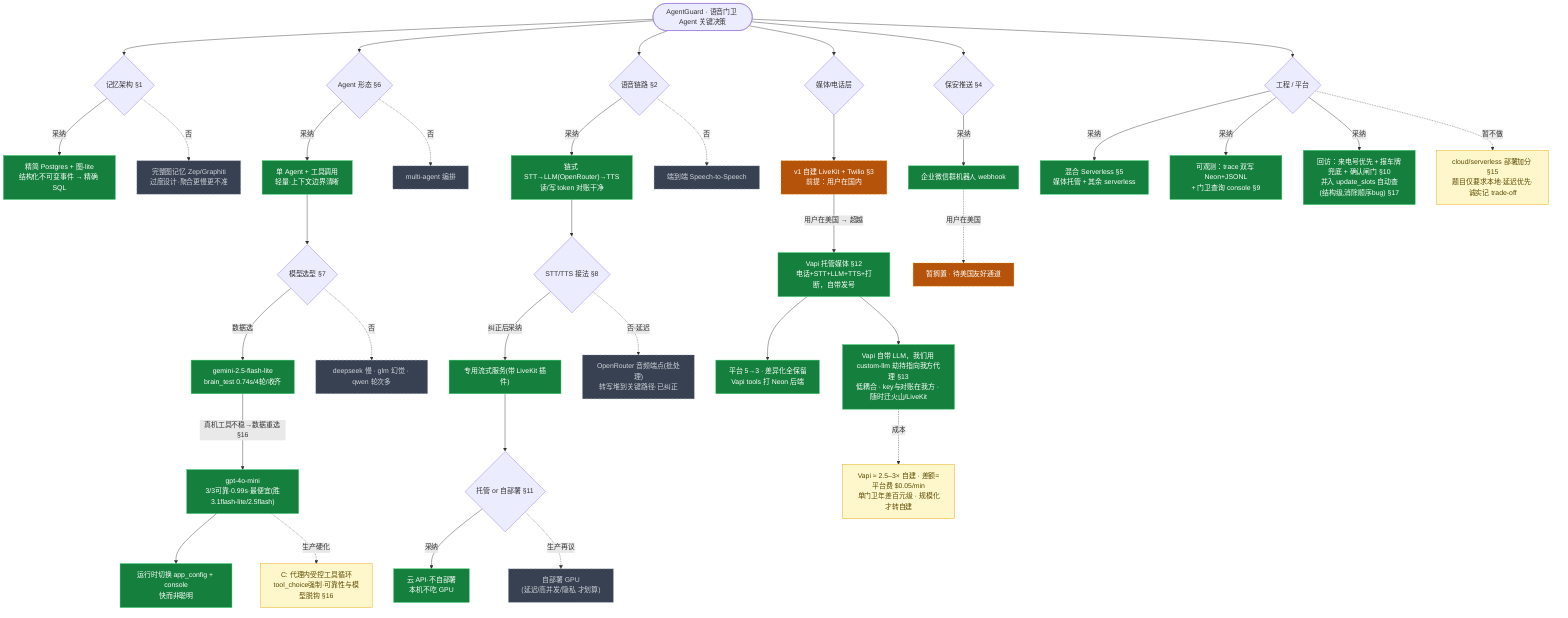
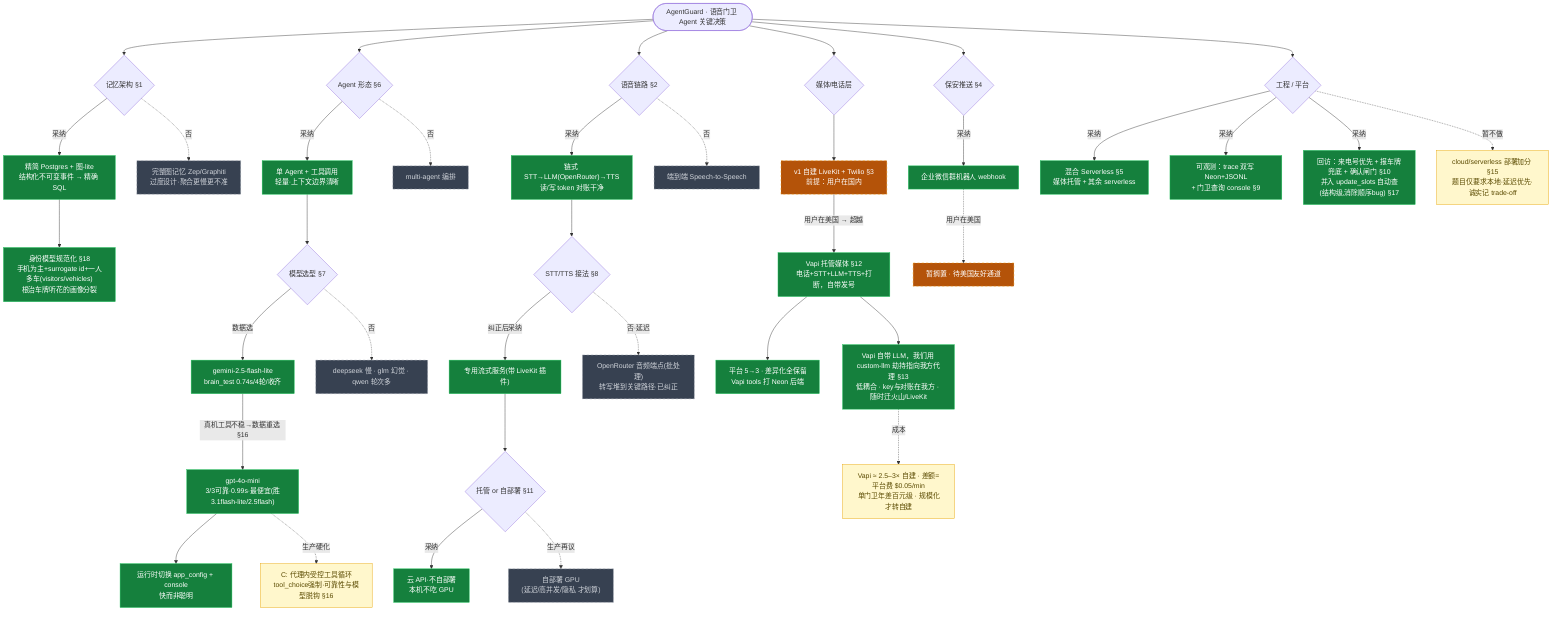
%% AgentGuard 关键决策树
%% 纪律：每做一个决策点 → 这里加节点 + docs/HANDOFF.md 追加对应 ADR(§N)，两者同步。
%% 图例：绿=采纳 / 灰虚线=否决 / 橙虚线=已被超越(演进)
%% 渲染：mermaid.live 或 VS Code Mermaid 插件
flowchart TD
    ROOT(["AgentGuard · 语音门卫 Agent 关键决策"])

    %% ---- 记忆 ----
    ROOT --> M{"记忆架构 §1"}
    M -->|采纳| M1["精简 Postgres + 图-lite<br/>结构化不可变事件 → 精确 SQL"]:::pick
    M -.否.-> M2["完整图记忆 Zep/Graphiti<br/>过度设计·聚合更慢更不准"]:::drop
+     M1 --> M3["身份模型规范化 §18<br/>手机为主+surrogate id+一人多车(visitors/vehicles)<br/>根治车牌听花的画像分裂"]:::pick

    %% ---- 大脑 ----
    ROOT --> B{"Agent 形态 §6"}
    B -->|采纳| B1["单 Agent + 工具调用<br/>轻量·上下文边界清晰"]:::pick
    B -.否.-> B2["multi-agent 编排"]:::drop
    B1 --> B3{"模型选型 §7"}
    B3 -->|数据选| B3a["gemini-2.5-flash-lite<br/>brain_test 0.74s/4轮/收齐"]:::pick
    B3 -.否.-> B3b["deepseek 慢 · glm 幻觉 · qwen 轮次多"]:::drop
    B3a -->|"真机工具不稳→数据重选 §16"| B3c["gpt-4o-mini<br/>3/3可靠·0.99s·最便宜(胜3.1flash-lite/2.5flash)"]:::pick
    B3c --> B4["运行时切换 app_config + console<br/>快而非聪明"]:::pick
    B3c -.->|"生产硬化"| B6["C: 代理内受控工具循环<br/>tool_choice强制·可靠性与模型脱钩 §16"]:::note

    %% ---- 语音处理 ----
    ROOT --> V{"语音链路 §2"}
    V -->|采纳| V1["链式 STT→LLM(OpenRouter)→TTS<br/>读/写 token 对账干净"]:::pick
    V -.否.-> V2["端到端 Speech-to-Speech"]:::drop
    V1 --> V3{"STT/TTS 接法 §8"}
    V3 -->|纠正后采纳| V3a["专用流式服务(带 LiveKit 插件)"]:::pick
    V3 -.否·延迟.-> V3b["OpenRouter 音频端点(批处理)<br/>转写堆到关键路径·已纠正"]:::drop
    V3a --> V4{"托管 or 自部署 §11"}
    V4 -->|采纳| V4a["云 API·不自部署<br/>本机不吃 GPU"]:::pick
    V4 -.生产再议.-> V4b["自部署 GPU<br/>(延迟/高并发/隐私 才划算)"]:::drop

    %% ---- 媒体/电话（演进）----
    ROOT --> P{"媒体/电话层"}
    P --> P1["v1 自建 LiveKit + Twilio §3<br/>前提：用户在国内"]:::super
    P1 -->|"用户在美国 → 超越"| P2["Vapi 托管媒体 §12<br/>电话+STT+LLM+TTS+打断，自带发号"]:::pick
    P2 --> P3["平台 5→3 · 差异化全保留<br/>Vapi tools 打 Neon 后端"]:::pick
    P2 --> P4["Vapi 自带 LLM，我们用 custom-llm 劫持指向我方代理 §13<br/>低耦合 · key与对账在我方 · 随时迁火山/LiveKit"]:::pick
    P4 -.成本.-> P5["Vapi ≈ 2.5–3× 自建 · 差额=平台费 $0.05/min<br/>单门卫年差百元级 · 规模化才转自建"]:::note

    %% ---- 保安推送 ----
    ROOT --> W{"保安推送 §4"}
    W -->|采纳| W1["企业微信群机器人 webhook"]:::pick
    W1 -.->|"用户在美国"| W2["暂搁置 · 待美国友好通道"]:::super

    %% ---- 工程/平台 ----
    ROOT --> E{"工程 / 平台"}
    E -->|采纳| E1["混合 Serverless §5<br/>媒体托管 + 其余 serverless"]:::pick
    E -->|采纳| E2["可观测：trace 双写 Neon+JSONL<br/>+ 门卫查询 console §9"]:::pick
    E -->|采纳| E3["回访：来电号优先 + 报车牌兜底 + 确认闸门 §10<br/>并入 update_slots 自动查(结构级,消除顺序bug) §17"]:::pick
    E -.->|暂不做| E4["cloud/serverless 部署加分 §15<br/>题目仅要求本地·延迟优先·诚实记 trade-off"]:::note

    classDef pick fill:#15803d,stroke:#22c55e,color:#ffffff
    classDef drop fill:#374151,stroke:#9ca3af,color:#d1d5db,stroke-dasharray:5
    classDef super fill:#b45309,stroke:#f59e0b,color:#ffffff,stroke-dasharray:5
    classDef note fill:#fff7cc,stroke:#e8a302,color:#5a4a00

%% ===================== 成本表（决策12/§13 依据）=====================
%% 同用便宜 provider，全算下来：自建 ~$0.03/min vs Vapi ~$0.08/min，差额=Vapi 平台费 $0.05/min。
%% 按每通 30 秒（15 秒则各项减半）：
%%   车流/天 | 自建/年 | Vapi/年 | 差额/月 | 差额/年
%%      20   |  $110   |  $292   |  $15    |  $182
%%      50   |  $274   |  $730   |  $38    |  $456
%%     100   |  $548   | $1460   |  $75    |  $912
%%     200   | $1095   | $2920   | $150    | $1825
%% 结论：单门卫量级绝对差额百元级（不大），仅百分比(~2.6×)看着高；规模化才是转自建的触发阈值。
%% ==================================================================
